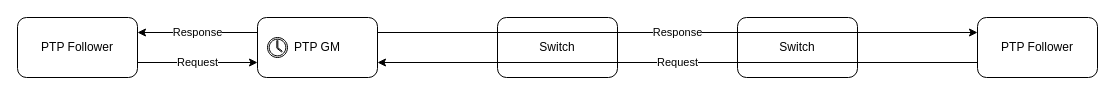
Before: static/images/PTPv1-sync.drawio in avb-academy/avb_academy, a draw.io diagram. Source tidied: cells renumbered, new cells numbered last; positions are measured from the earlier drawing's top-left corner, leaving out a move shared by most shapes. Both pictures are drawn from the tidied source at 100%, with x=0, y=0 at pixel (17, 17).
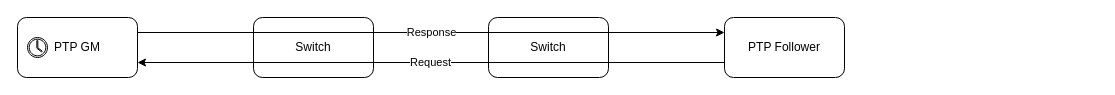
The same page after the edit.

Commit message (it also covers changes not shown here):
#26: updates PTP sync pictures for better understanding

What changed in the source:
```diff
@@
 <mxGraphModel>
   <root>
     <mxCell id="0" />
     <mxCell id="1" parent="0" />
-    <mxCell id="2" value="Request" style="edgeStyle=orthogonalEdgeStyle;rounded=0;jettySize=auto;html=1;exitX=1;exitY=0.75;exitDx=0;exitDy=0;entryX=0;entryY=0.75;entryDx=0;entryDy=0;" parent="1" edge="1" source="3" target="5">
-      <mxGeometry relative="1" as="geometry" />
-    </mxCell>
-    <mxCell id="3" value="PTP Follower" style="rounded=1;whiteSpace=wrap;html=1;" parent="1" vertex="1">
-      <mxGeometry width="120" height="60" as="geometry" />
-    </mxCell>
     <mxCell id="4" style="group;" parent="1" vertex="1">
-      <mxGeometry x="240" width="120" height="60" as="geometry" />
+      <mxGeometry width="120" height="60" as="geometry" />
     </mxCell>
     <mxCell id="5" value="PTP GM" style="rounded=1;whiteSpace=wrap;html=1;" parent="4" vertex="1">
       <mxGeometry width="120" height="60" as="geometry" />
     </mxCell>
     <mxCell id="6" style="sketch=0;shadow=0;dashed=0;html=1;labelPosition=center;verticalLabelPosition=bottom;verticalAlign=top;align=center;shape=mxgraph.office.concepts.clock;" parent="4" vertex="1">
       <mxGeometry x="10" y="20" width="20" height="20" as="geometry" />
     </mxCell>
     <mxCell id="7" value="Switch" style="rounded=1;whiteSpace=wrap;html=1;" parent="1" vertex="1">
-      <mxGeometry x="480" width="120" height="60" as="geometry" />
+      <mxGeometry x="236" width="120" height="60" as="geometry" />
     </mxCell>
     <mxCell id="8" value="Switch" style="rounded=1;whiteSpace=wrap;html=1;" parent="1" vertex="1">
-      <mxGeometry x="720" width="120" height="60" as="geometry" />
+      <mxGeometry x="471" width="120" height="60" as="geometry" />
     </mxCell>
     <mxCell id="9" value="PTP Follower" style="rounded=1;whiteSpace=wrap;html=1;" parent="1" vertex="1">
-      <mxGeometry x="960" width="120" height="60" as="geometry" />
+      <mxGeometry x="707" width="120" height="60" as="geometry" />
     </mxCell>
     <mxCell id="10" value="Response" style="edgeStyle=orthogonalEdgeStyle;rounded=0;jettySize=auto;html=1;exitX=1;exitY=0.25;exitDx=0;exitDy=0;entryX=0;entryY=0.25;entryDx=0;entryDy=0;" parent="1" edge="1" source="5" target="9">
       <mxGeometry relative="1" as="geometry" />
     </mxCell>
     <mxCell id="11" value="Request" style="edgeStyle=orthogonalEdgeStyle;rounded=0;jettySize=auto;html=1;exitX=0;exitY=0.75;exitDx=0;exitDy=0;entryX=1;entryY=0.75;entryDx=0;entryDy=0;" parent="1" edge="1" source="9" target="5">
       <mxGeometry relative="1" as="geometry" />
     </mxCell>
-    <mxCell id="12" value="Response" style="edgeStyle=orthogonalEdgeStyle;rounded=0;jettySize=auto;html=1;exitX=0;exitY=0.25;exitDx=0;exitDy=0;entryX=1;entryY=0.25;entryDx=0;entryDy=0;" parent="1" edge="1" source="5" target="3">
-      <mxGeometry relative="1" as="geometry" />
-    </mxCell>
   </root>
 </mxGraphModel>
```
